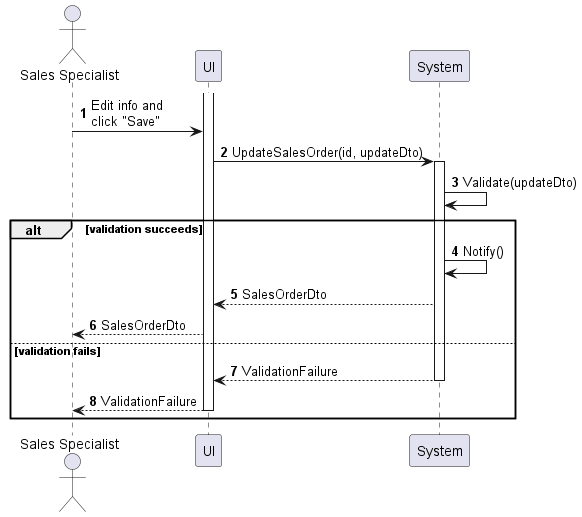
Before: sequences/sales-order-update.png, a diagram exported from PlantUML (phihungha/scmss-reqs).
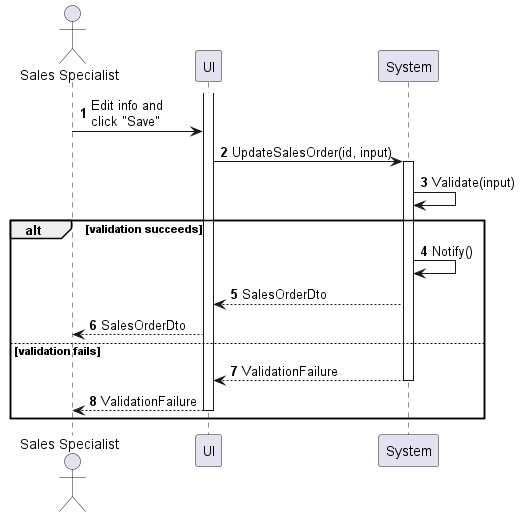
Above is the later version.

What changed in the source:
```diff
@@ -7,9 +7,9 @@
 
 activate f
 a -> f : Edit info and\nclick "Save"
-f -> b : UpdateSalesOrder(id, updateDto)
+f -> b : UpdateSalesOrder(id, input)
 activate b
-b -> b : Validate(updateDto)
+b -> b : Validate(input)
 
 alt validation succeeds
     b -> b : Notify()
```
